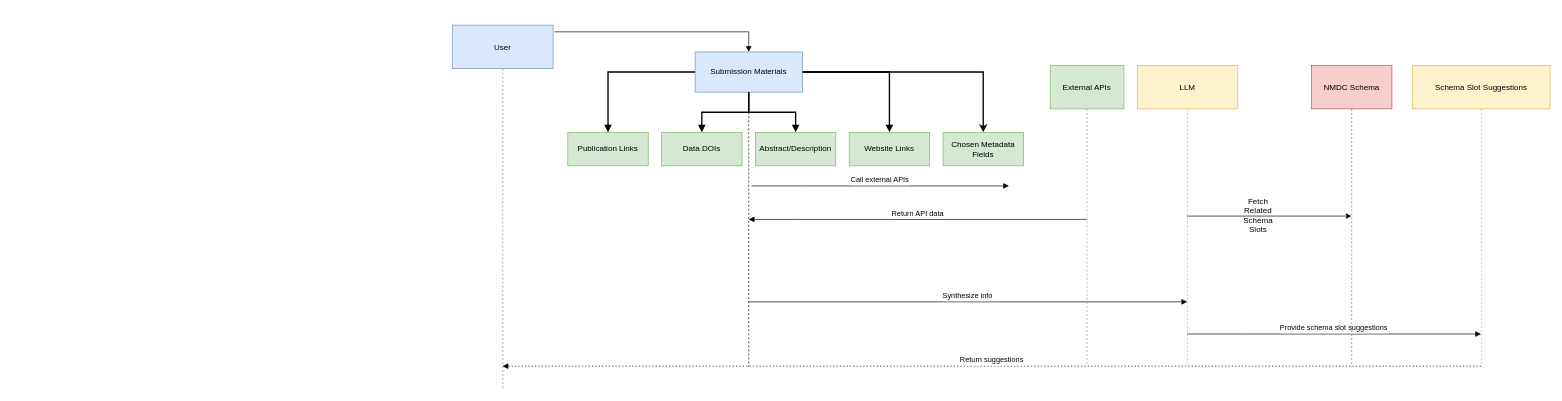
Before: page "Data Flow" (1 of 2) of diagram.drawio in microbiomedata/nmdc-metadata-suggestor-ai-tool, a draw.io diagram. Source tidied: cells renumbered, new cells numbered last; positions are measured from the earlier drawing's top-left corner, leaving out a move shared by most shapes. Both pictures are drawn from the tidied source at 67%, with x=0, y=0 at pixel (452, 25).
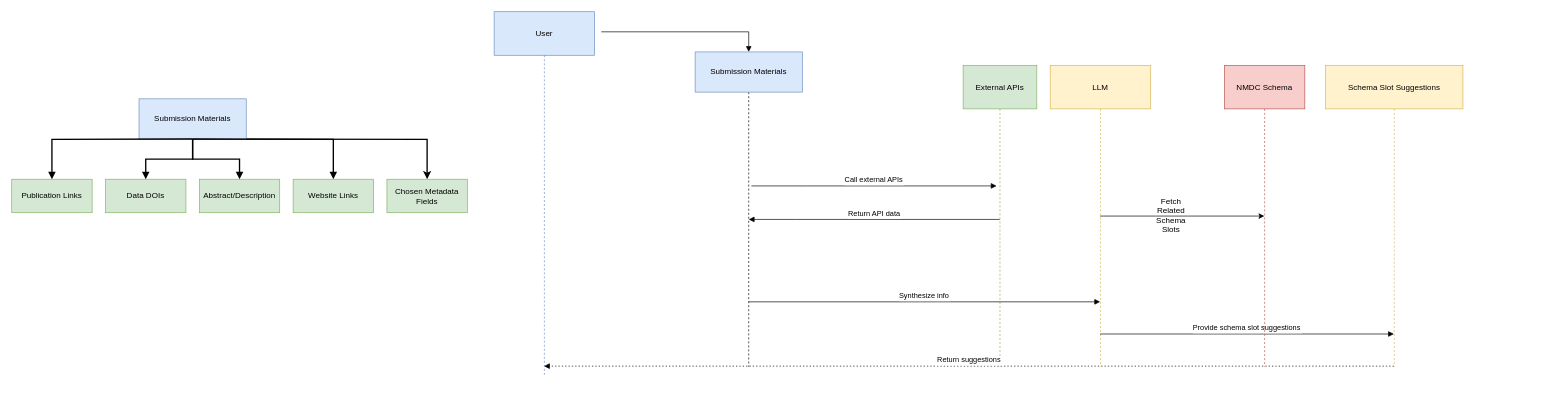
The same diagram, later.

The change refers to these unchanged cells:
```xml
<mxCell id="16" value="Submission Materials" style="shape=rectangle;whiteSpace=wrap;html=1;fillColor=#dae8fc;strokeColor=#6c8ebf;" parent="1" vertex="1">
  <mxGeometry x="362" y="40" width="160" height="60" as="geometry" />
</mxCell>
```

What changed in the source:
```diff
@@
     <mxCell id="2" value="User" style="shape=umlLifeline;perimeter=lifelinePerimeter;whiteSpace=wrap;outlineConnect=0;portConstraint=eastwest;newEdgeStyle={&quot;edgeStyle&quot;:&quot;elbowEdgeStyle&quot;,&quot;elbow&quot;:&quot;vertical&quot;,&quot;curved&quot;:0,&quot;rounded&quot;:0};size=65;fillColor=#dae8fc;strokeColor=#6c8ebf;" parent="1" vertex="1">
-      <mxGeometry width="150" height="544" as="geometry" />
+      <mxGeometry x="62" y="-20" width="150" height="544" as="geometry" />
     </mxCell>
     <mxCell id="3" value="External APIs" style="shape=umlLifeline;perimeter=lifelinePerimeter;whiteSpace=wrap;outlineConnect=0;portConstraint=eastwest;newEdgeStyle={&quot;edgeStyle&quot;:&quot;elbowEdgeStyle&quot;,&quot;elbow&quot;:&quot;vertical&quot;,&quot;curved&quot;:0,&quot;rounded&quot;:0};size=65;fillColor=#d5e8d4;strokeColor=#82b366;" parent="1" vertex="1">
-      <mxGeometry x="892" y="60" width="110" height="450" as="geometry" />
+      <mxGeometry x="762" y="60" width="110" height="450" as="geometry" />
     </mxCell>
@@
     <mxCell id="6" value="LLM" style="shape=umlLifeline;perimeter=lifelinePerimeter;whiteSpace=wrap;outlineConnect=0;portConstraint=eastwest;newEdgeStyle={&quot;edgeStyle&quot;:&quot;elbowEdgeStyle&quot;,&quot;elbow&quot;:&quot;vertical&quot;,&quot;curved&quot;:0,&quot;rounded&quot;:0};size=65;fillColor=#fff2cc;strokeColor=#d6b656;" parent="1" vertex="1">
-      <mxGeometry x="1022" y="60" width="150" height="450" as="geometry" />
+      <mxGeometry x="892" y="60" width="150" height="450" as="geometry" />
     </mxCell>
     <mxCell id="7" value="Schema Slot Suggestions" style="shape=umlLifeline;perimeter=lifelinePerimeter;whiteSpace=wrap;outlineConnect=0;portConstraint=eastwest;newEdgeStyle={&quot;edgeStyle&quot;:&quot;elbowEdgeStyle&quot;,&quot;elbow&quot;:&quot;vertical&quot;,&quot;curved&quot;:0,&quot;rounded&quot;:0};size=65;fillColor=#fff2cc;strokeColor=#d6b656;" parent="1" vertex="1">
-      <mxGeometry x="1433" y="60" width="205" height="450" as="geometry" />
+      <mxGeometry x="1303" y="60" width="205" height="450" as="geometry" />
     </mxCell>
     <mxCell id="8" style="verticalAlign=bottom;edgeStyle=elbowEdgeStyle;elbow=vertical;curved=0;rounded=0;endArrow=block;entryX=0.5;entryY=0;entryDx=0;entryDy=0;" parent="1" edge="1" target="16">
       <mxGeometry relative="1" as="geometry">
-        <mxPoint x="152" y="10" as="sourcePoint" />
+        <mxPoint x="222" y="10" as="sourcePoint" />
         <Array as="points">
           <mxPoint x="202" y="10" />
         </Array>
       </mxGeometry>
     </mxCell>
     <mxCell id="9" value="Call external APIs" style="verticalAlign=bottom;edgeStyle=elbowEdgeStyle;elbow=vertical;curved=0;rounded=0;endArrow=block;" parent="1" edge="1">
       <mxGeometry relative="1" as="geometry">
         <mxPoint x="446" y="240" as="sourcePoint" />
-        <mxPoint x="830.5" y="240" as="targetPoint" />
+        <mxPoint x="812" y="240" as="targetPoint" />
         <Array as="points">
           <mxPoint x="528" y="240" />
         </Array>
       </mxGeometry>
     </mxCell>
@@
     <mxCell id="12" value="Provide schema slot suggestions" style="verticalAlign=bottom;edgeStyle=elbowEdgeStyle;elbow=vertical;curved=0;rounded=0;endArrow=block;" parent="1" edge="1" source="6" target="7">
       <mxGeometry relative="1" as="geometry">
         <Array as="points">
-          <mxPoint x="1184" y="461" />
+          <mxPoint x="1054" y="461" />
         </Array>
       </mxGeometry>
     </mxCell>
@@
-    <mxCell id="15" style="edgeStyle=orthogonalEdgeStyle;rounded=0;jettySize=auto;html=1;exitX=1;exitY=0.5;exitDx=0;exitDy=0;entryX=0.5;entryY=0;entryDx=0;entryDy=0;strokeWidth=2;" parent="1" edge="1" source="16" target="26">
-      <mxGeometry relative="1" as="geometry" />
-    </mxCell>
@@
+    <mxCell id="25" value="NMDC Schema" style="shape=umlLifeline;perimeter=lifelinePerimeter;whiteSpace=wrap;outlineConnect=0;portConstraint=eastwest;newEdgeStyle={&quot;edgeStyle&quot;:&quot;elbowEdgeStyle&quot;,&quot;elbow&quot;:&quot;vertical&quot;,&quot;curved&quot;:0,&quot;rounded&quot;:0};size=65;fillColor=#f8cecc;strokeColor=#b85450;" parent="1" vertex="1">
+      <mxGeometry x="1152" y="60" width="120" height="450" as="geometry" />
+    </mxCell>
+    <mxCell id="27" style="edgeStyle=orthogonalEdgeStyle;rounded=0;jettySize=auto;html=1;entryX=0.5;entryY=0;entryDx=0;entryDy=0;strokeWidth=2;" parent="1" edge="1" target="26">
+      <mxGeometry relative="1" as="geometry">
+        <mxPoint x="-388" y="170" as="sourcePoint" />
+      </mxGeometry>
+    </mxCell>
+    <mxCell id="28" value="Submission Materials" style="shape=rectangle;whiteSpace=wrap;html=1;fillColor=#dae8fc;strokeColor=#6c8ebf;" parent="1" vertex="1">
+      <mxGeometry x="-468" y="110" width="160" height="60" as="geometry" />
+    </mxCell>
     <mxCell id="17" value="Publication Links" style="shape=rectangle;whiteSpace=wrap;html=1;fillColor=#d5e8d4;strokeColor=#82b366;" parent="1" vertex="1">
-      <mxGeometry x="172" y="160" width="120" height="50" as="geometry" />
+      <mxGeometry x="-658" y="230" width="120" height="50" as="geometry" />
     </mxCell>
     <mxCell id="18" value="Data DOIs" style="shape=rectangle;whiteSpace=wrap;html=1;fillColor=#d5e8d4;strokeColor=#82b366;" parent="1" vertex="1">
-      <mxGeometry x="312" y="160" width="120" height="50" as="geometry" />
+      <mxGeometry x="-518" y="230" width="120" height="50" as="geometry" />
     </mxCell>
     <mxCell id="19" value="Abstract/Description" style="shape=rectangle;whiteSpace=wrap;html=1;fillColor=#d5e8d4;strokeColor=#82b366;" parent="1" vertex="1">
-      <mxGeometry x="452" y="160" width="120" height="50" as="geometry" />
+      <mxGeometry x="-378" y="230" width="120" height="50" as="geometry" />
     </mxCell>
     <mxCell id="20" value="Website Links" style="shape=rectangle;whiteSpace=wrap;html=1;fillColor=#d5e8d4;strokeColor=#82b366;" parent="1" vertex="1">
-      <mxGeometry x="592" y="160" width="120" height="50" as="geometry" />
+      <mxGeometry x="-238" y="230" width="120" height="50" as="geometry" />
     </mxCell>
-    <mxCell id="21" style="edgeStyle=orthogonalEdgeStyle;html=1;endArrow=block;endFill=1;strokeWidth=2;entryX=0.5;entryY=0;rounded=0;" parent="1" edge="1" source="16" target="17">
-      <mxGeometry relative="1" as="geometry" />
-    </mxCell>
-    <mxCell id="22" style="edgeStyle=orthogonalEdgeStyle;html=1;endArrow=block;endFill=1;strokeWidth=2;entryX=0.5;entryY=0;rounded=0;" parent="1" edge="1" source="16" target="18">
-      <mxGeometry relative="1" as="geometry" />
-    </mxCell>
-    <mxCell id="23" style="edgeStyle=orthogonalEdgeStyle;html=1;endArrow=block;endFill=1;strokeWidth=2;entryX=0.5;entryY=0;rounded=0;" parent="1" edge="1" source="16" target="19">
-      <mxGeometry relative="1" as="geometry" />
-    </mxCell>
-    <mxCell id="24" style="edgeStyle=orthogonalEdgeStyle;html=1;endArrow=block;endFill=1;strokeWidth=2;entryX=0.5;entryY=0;rounded=0;" parent="1" edge="1" source="16" target="20">
-      <mxGeometry relative="1" as="geometry" />
-    </mxCell>
-    <mxCell id="25" value="NMDC Schema" style="shape=umlLifeline;perimeter=lifelinePerimeter;whiteSpace=wrap;outlineConnect=0;portConstraint=eastwest;newEdgeStyle={&quot;edgeStyle&quot;:&quot;elbowEdgeStyle&quot;,&quot;elbow&quot;:&quot;vertical&quot;,&quot;curved&quot;:0,&quot;rounded&quot;:0};size=65;fillColor=#f8cecc;strokeColor=#b85450;" parent="1" vertex="1">
-      <mxGeometry x="1282" y="60" width="120" height="450" as="geometry" />
-    </mxCell>
+    <mxCell id="29" style="edgeStyle=orthogonalEdgeStyle;html=1;endArrow=block;endFill=1;strokeWidth=2;entryX=0.5;entryY=0;rounded=0;" parent="1" edge="1" target="17">
+      <mxGeometry relative="1" as="geometry">
+        <mxPoint x="-388" y="170" as="sourcePoint" />
+      </mxGeometry>
+    </mxCell>
+    <mxCell id="30" style="edgeStyle=orthogonalEdgeStyle;html=1;endArrow=block;endFill=1;strokeWidth=2;entryX=0.5;entryY=0;rounded=0;" parent="1" edge="1" source="28" target="18">
+      <mxGeometry relative="1" as="geometry" />
+    </mxCell>
+    <mxCell id="31" style="edgeStyle=orthogonalEdgeStyle;html=1;endArrow=block;endFill=1;strokeWidth=2;entryX=0.5;entryY=0;rounded=0;" parent="1" edge="1" source="28" target="19">
+      <mxGeometry relative="1" as="geometry" />
+    </mxCell>
+    <mxCell id="32" style="edgeStyle=orthogonalEdgeStyle;html=1;endArrow=block;endFill=1;strokeWidth=2;entryX=0.5;entryY=0;rounded=0;" parent="1" edge="1" target="20">
+      <mxGeometry relative="1" as="geometry">
+        <mxPoint x="-388" y="170" as="sourcePoint" />
+      </mxGeometry>
+    </mxCell>
     <mxCell id="26" value="Chosen Metadata Fields" style="shape=rectangle;whiteSpace=wrap;html=1;fillColor=#d5e8d4;strokeColor=#82b366;" parent="1" vertex="1">
-      <mxGeometry x="732" y="160" width="120" height="50" as="geometry" />
+      <mxGeometry x="-98" y="230" width="120" height="50" as="geometry" />
     </mxCell>
```
